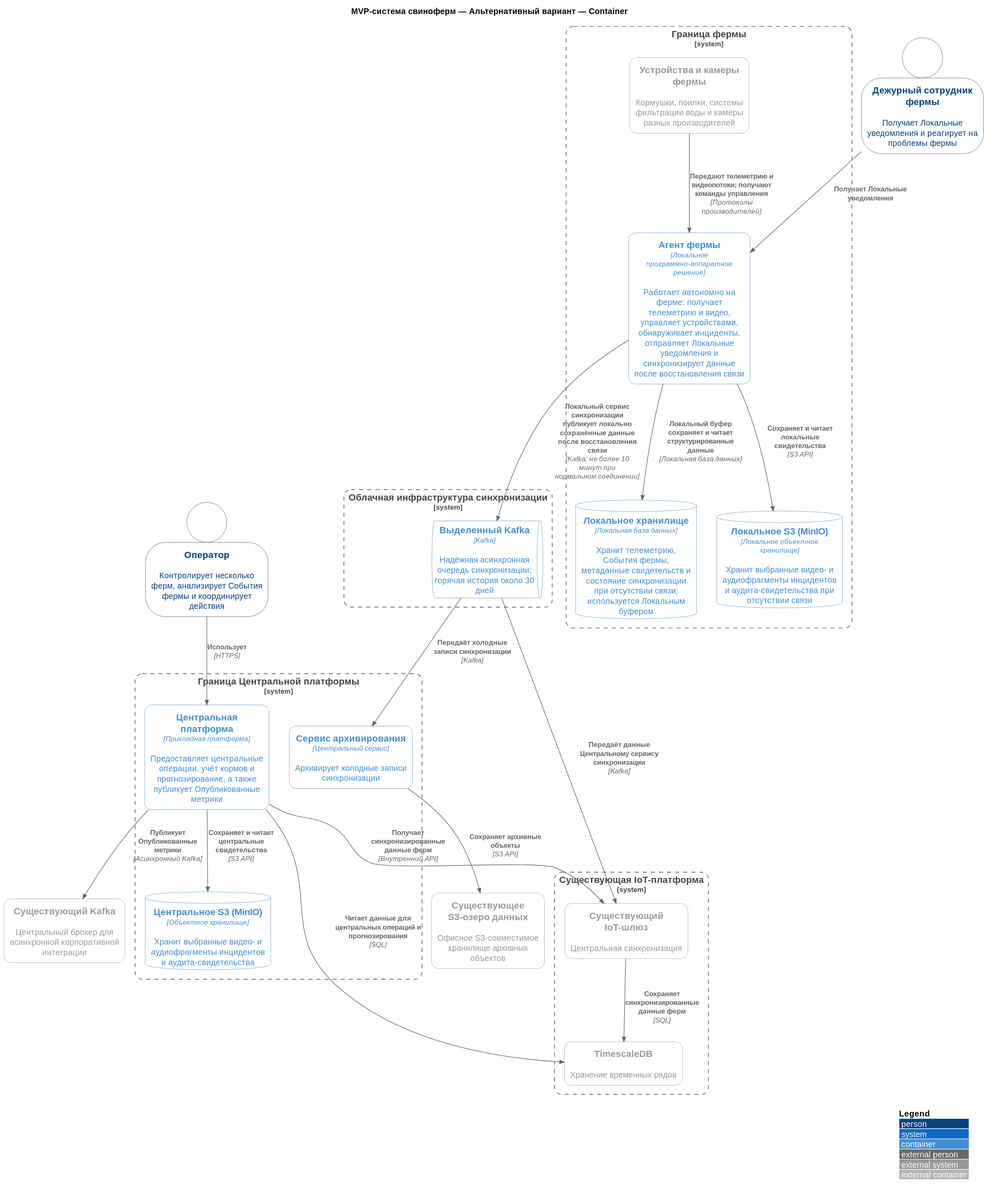
This is Task2/svg/02-02-alternative.c4.container.svg from vs-ya-practicum/01-MSA-AgroTech, a PlantUML export, as it was before one commit.
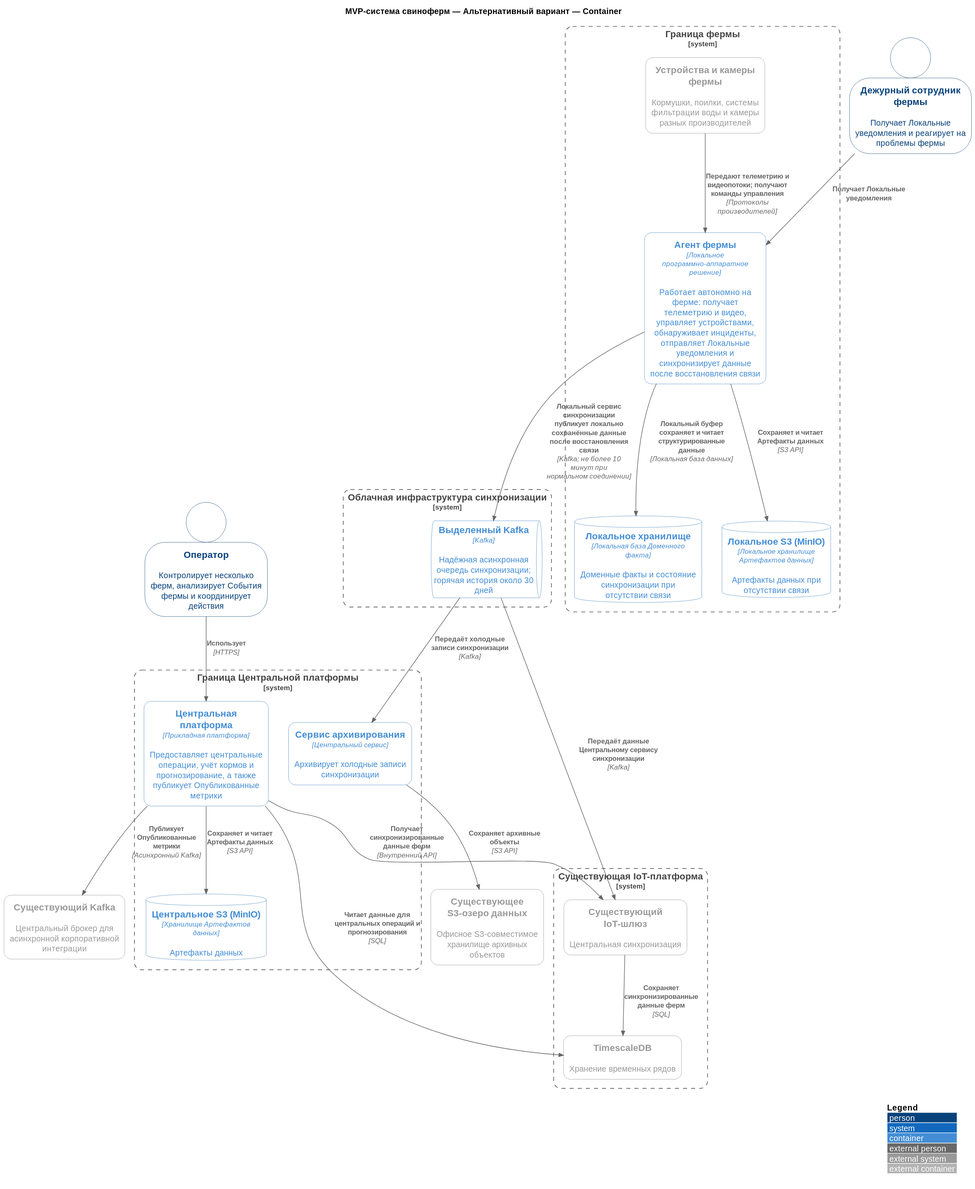
The same diagram one commit later.

The edit, as a diff of the source:
```diff
@@ -20,14 +20,14 @@
 System_Boundary(centralPlatformBoundary, "Граница Центральной платформы") {
     Container(centralPlatform, "Центральная платформа", "Прикладная платформа", "Предоставляет центральные операции, учёт кормов и прогнозирование, а также публикует Опубликованные метрики")
     Container(archiverService, "Сервис архивирования", "Центральный сервис", "Архивирует холодные записи синхронизации")
-    ContainerDb(centralS3, "Центральное S3 (MinIO)", "Объектное хранилище", "Хранит выбранные видео- и аудиофрагменты инцидентов и аудита-свидетельства")
+    ContainerDb(centralS3, "Центральное S3 (MinIO)", "Хранилище Артефактов данных", "Артефакты данных")
 }
 
 System_Boundary(farmBoundary, "Граница фермы") {
     System_Ext(farmDevices, "Устройства и камеры фермы", "Кормушки, поилки, системы фильтрации воды и камеры разных производителей")
     Container(farmAgent, "Агент фермы", "Локальное программно-аппаратное решение", "Работает автономно на ферме: получает телеметрию и видео, управляет устройствами, обнаруживает инциденты, отправляет Локальные уведомления и синхронизирует данные после восстановления связи")
-    ContainerDb(localStorage, "Локальное хранилище", "Локальная база данных", "Хранит телеметрию, События фермы, метаданные свидетельств и состояние синхронизации при отсутствии связи; используется Локальным буфером")
-    ContainerDb(localS3, "Локальное S3 (MinIO)", "Локальное объектное хранилище", "Хранит выбранные видео- и аудиофрагменты инцидентов и аудита-свидетельства при отсутствии связи")
+    ContainerDb(localStorage, "Локальное хранилище", "Локальная база Доменного факта", "Доменные факты и состояние синхронизации при отсутствии связи")
+    ContainerDb(localS3, "Локальное S3 (MinIO)", "Локальное хранилище Артефактов данных", "Артефакты данных при отсутствии связи")
 }
 
 Rel(operator, centralPlatform, "Использует", "HTTPS")
@@ -40,8 +40,8 @@
 Rel(existingIotGateway, timescaleDb, "Сохраняет синхронизированные данные ферм", "SQL")
 Rel(centralPlatform, existingIotGateway, "Получает синхронизированные данные ферм", "Внутренний API")
 Rel(centralPlatform, timescaleDb, "Читает данные для центральных операций и прогнозирования", "SQL")
-Rel(centralPlatform, centralS3, "Сохраняет и читает центральные свидетельства", "S3 API")
+Rel(centralPlatform, centralS3, "Сохраняет и читает Артефакты данных", "S3 API")
 Rel(farmAgent, localStorage, "Локальный буфер сохраняет и читает структурированные данные", "Локальная база данных")
-Rel(farmAgent, localS3, "Сохраняет и читает локальные свидетельства", "S3 API")
+Rel(farmAgent, localS3, "Сохраняет и читает Артефакты данных", "S3 API")
 Rel(centralPlatform, existingKafka, "Публикует Опубликованные метрики", "Асинхронный Kafka")
 @enduml
```
